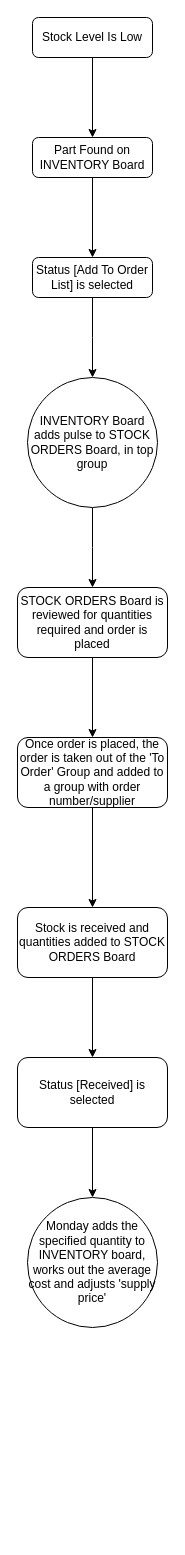
Before: drawings/Stock Orders Flow.drawio in booey811/ICV4.0, a draw.io diagram. Source tidied: cells renumbered, new cells numbered last; positions are measured from the earlier drawing's top-left corner, leaving out a move shared by most shapes. Both pictures are drawn from the tidied source at 100%, with x=0, y=0 at pixel (17, 17).
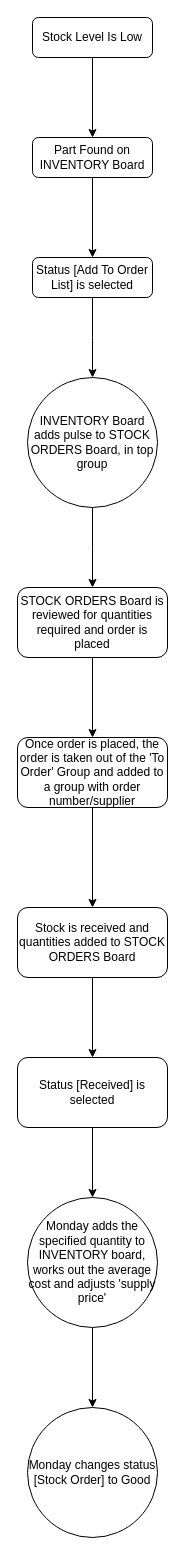
After the change.

Unchanged cells that the change refers to:
```xml
<mxCell id="18" value="Monday adds the specified quantity to INVENTORY board, works out the average cost and adjusts 'supply price'" style="ellipse;whiteSpace=wrap;html=1;" parent="1" vertex="1">
  <mxGeometry x="10" y="1180" width="130" height="130" as="geometry" />
</mxCell>
```

The edit, as a diff of the source:
```diff
@@
+    <mxCell id="19" style="edgeStyle=orthogonalEdgeStyle;rounded=0;jettySize=auto;html=1;" parent="1" edge="1" source="18" target="20">
+      <mxGeometry relative="1" as="geometry" />
+    </mxCell>
@@
+    <mxCell id="20" value="Monday changes status [Stock Order] to Good" style="ellipse;whiteSpace=wrap;html=1;" parent="1" vertex="1">
+      <mxGeometry x="10" y="1390" width="130" height="130" as="geometry" />
+    </mxCell>
```
